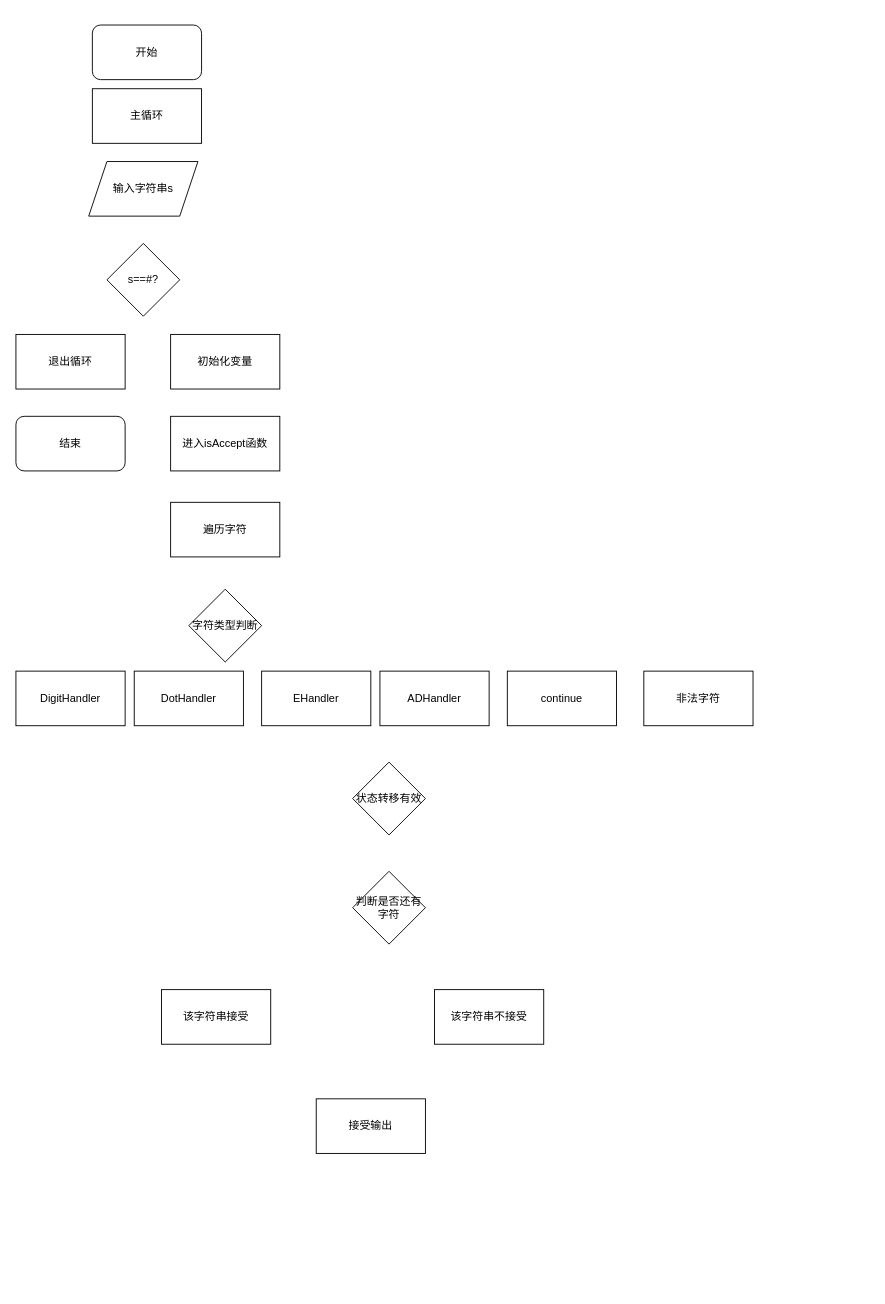
The draw.io diagram 自动机.drawio in Lyon994/test, before the edit. Source tidied: cells renumbered, new cells numbered last; positions are measured from the earlier drawing's top-left corner, leaving out a move shared by most shapes. Both pictures are drawn from the tidied source at 91%, with x=0, y=0 at pixel (15, 25).
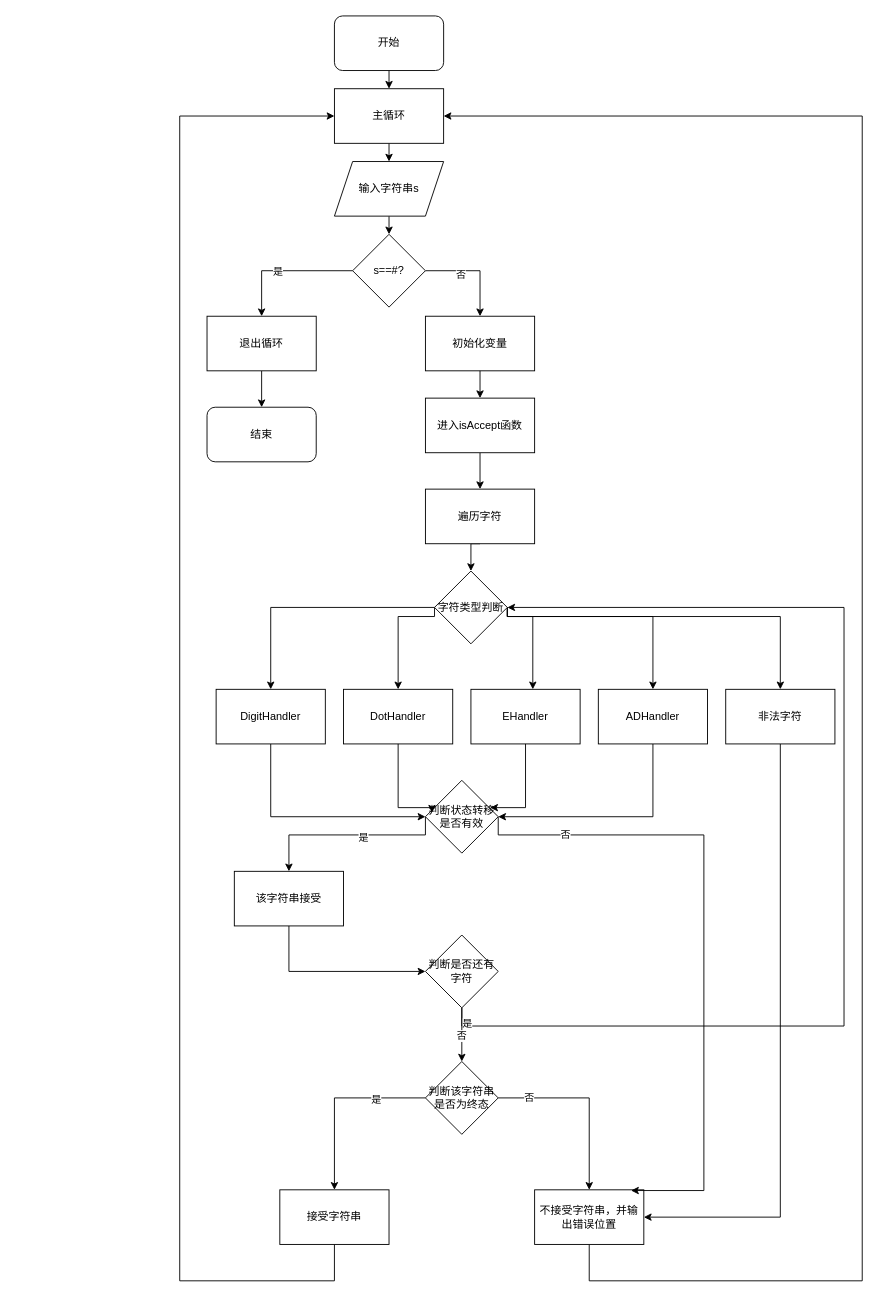
The same diagram, later.

Commit message (it also covers changes not shown here):
更新自动机.drawio

Change to the diagram source:
```diff
@@
+    <mxCell id="23" style="edgeStyle=orthogonalEdgeStyle;rounded=0;jettySize=auto;html=1;exitX=0.5;exitY=1;exitDx=0;exitDy=0;entryX=0.5;entryY=0;entryDx=0;entryDy=0;" parent="1" edge="1" source="2" target="3">
+      <mxGeometry relative="1" as="geometry" />
+    </mxCell>
     <mxCell id="2" value="开始" style="rounded=1;whiteSpace=wrap;html=1;" parent="1" vertex="1">
-      <mxGeometry x="84" width="120" height="60" as="geometry" />
+      <mxGeometry x="350" y="-10" width="120" height="60" as="geometry" />
     </mxCell>
+    <mxCell id="24" style="edgeStyle=orthogonalEdgeStyle;rounded=0;jettySize=auto;html=1;exitX=0.5;exitY=1;exitDx=0;exitDy=0;entryX=0.5;entryY=0;entryDx=0;entryDy=0;" parent="1" edge="1" source="3" target="4">
+      <mxGeometry relative="1" as="geometry" />
+    </mxCell>
     <mxCell id="3" value="主循环" style="rounded=0;whiteSpace=wrap;html=1;" parent="1" vertex="1">
-      <mxGeometry x="84" y="70" width="120" height="60" as="geometry" />
+      <mxGeometry x="350" y="70" width="120" height="60" as="geometry" />
     </mxCell>
+    <mxCell id="25" style="edgeStyle=orthogonalEdgeStyle;rounded=0;jettySize=auto;html=1;exitX=0.5;exitY=1;exitDx=0;exitDy=0;entryX=0.5;entryY=0;entryDx=0;entryDy=0;" parent="1" edge="1" source="4" target="5">
+      <mxGeometry relative="1" as="geometry" />
+    </mxCell>
     <mxCell id="4" value="输入字符串s" style="shape=parallelogram;perimeter=parallelogramPerimeter;whiteSpace=wrap;html=1;fixedSize=1;" parent="1" vertex="1">
-      <mxGeometry x="80" y="150" width="120" height="60" as="geometry" />
+      <mxGeometry x="350" y="150" width="120" height="60" as="geometry" />
     </mxCell>
+    <mxCell id="26" style="edgeStyle=orthogonalEdgeStyle;rounded=0;jettySize=auto;html=1;exitX=0;exitY=0.5;exitDx=0;exitDy=0;entryX=0.5;entryY=0;entryDx=0;entryDy=0;" parent="1" edge="1" source="5" target="7">
+      <mxGeometry relative="1" as="geometry" />
+    </mxCell>
+    <mxCell id="27" value="是" style="edgeLabel;html=1;align=center;verticalAlign=middle;" parent="26" vertex="1">
+      <mxGeometry x="0.1" relative="1" as="geometry" />
+    </mxCell>
+    <mxCell id="28" style="edgeStyle=orthogonalEdgeStyle;rounded=0;jettySize=auto;html=1;exitX=1;exitY=0.5;exitDx=0;exitDy=0;entryX=0.5;entryY=0;entryDx=0;entryDy=0;" parent="1" edge="1" source="5" target="6">
+      <mxGeometry relative="1" as="geometry" />
+    </mxCell>
+    <mxCell id="29" value="否" style="edgeLabel;html=1;align=center;verticalAlign=middle;" parent="28" vertex="1">
+      <mxGeometry x="-0.31" y="-3" relative="1" as="geometry" />
+    </mxCell>
     <mxCell id="5" value="s==#?" style="rhombus;whiteSpace=wrap;html=1;" parent="1" vertex="1">
-      <mxGeometry x="100" y="240" width="80" height="80" as="geometry" />
+      <mxGeometry x="370" y="230" width="80" height="80" as="geometry" />
     </mxCell>
     <mxCell id="6" value="初始化变量" style="rounded=0;whiteSpace=wrap;html=1;" parent="1" vertex="1">
-      <mxGeometry x="170" y="340" width="120" height="60" as="geometry" />
+      <mxGeometry x="450" y="320" width="120" height="60" as="geometry" />
     </mxCell>
+    <mxCell id="30" style="edgeStyle=orthogonalEdgeStyle;rounded=0;jettySize=auto;html=1;exitX=0.5;exitY=1;exitDx=0;exitDy=0;entryX=0.5;entryY=0;entryDx=0;entryDy=0;" parent="1" edge="1" source="7" target="8">
+      <mxGeometry relative="1" as="geometry" />
+    </mxCell>
     <mxCell id="7" value="退出循环" style="rounded=0;whiteSpace=wrap;html=1;" parent="1" vertex="1">
-      <mxGeometry y="340" width="120" height="60" as="geometry" />
+      <mxGeometry x="210" y="320" width="120" height="60" as="geometry" />
     </mxCell>
     <mxCell id="8" value="结束" style="rounded=1;whiteSpace=wrap;html=1;" parent="1" vertex="1">
-      <mxGeometry y="430" width="120" height="60" as="geometry" />
+      <mxGeometry x="210" y="420" width="120" height="60" as="geometry" />
     </mxCell>
+    <mxCell id="31" style="edgeStyle=orthogonalEdgeStyle;rounded=0;jettySize=auto;html=1;exitX=0.5;exitY=1;exitDx=0;exitDy=0;entryX=0.5;entryY=0;entryDx=0;entryDy=0;" parent="1" edge="1" source="9" target="10">
+      <mxGeometry relative="1" as="geometry" />
+    </mxCell>
     <mxCell id="9" value="进入isAccept函数" style="rounded=0;whiteSpace=wrap;html=1;" parent="1" vertex="1">
-      <mxGeometry x="170" y="430" width="120" height="60" as="geometry" />
+      <mxGeometry x="450" y="410" width="120" height="60" as="geometry" />
     </mxCell>
+    <mxCell id="32" style="edgeStyle=orthogonalEdgeStyle;rounded=0;jettySize=auto;html=1;exitX=0.5;exitY=1;exitDx=0;exitDy=0;entryX=0.5;entryY=0;entryDx=0;entryDy=0;" parent="1" edge="1" source="10" target="11">
+      <mxGeometry relative="1" as="geometry" />
+    </mxCell>
     <mxCell id="10" value="遍历字符" style="rounded=0;whiteSpace=wrap;html=1;" parent="1" vertex="1">
-      <mxGeometry x="170" y="524.5" width="120" height="60" as="geometry" />
+      <mxGeometry x="450" y="510" width="120" height="60" as="geometry" />
     </mxCell>
+    <mxCell id="33" style="edgeStyle=orthogonalEdgeStyle;rounded=0;jettySize=auto;html=1;exitX=0;exitY=0.5;exitDx=0;exitDy=0;entryX=0.5;entryY=0;entryDx=0;entryDy=0;" parent="1" edge="1" source="11" target="12">
+      <mxGeometry relative="1" as="geometry" />
+    </mxCell>
+    <mxCell id="34" style="edgeStyle=orthogonalEdgeStyle;rounded=0;jettySize=auto;html=1;exitX=0;exitY=0.5;exitDx=0;exitDy=0;entryX=0.5;entryY=0;entryDx=0;entryDy=0;" parent="1" edge="1" source="11" target="13">
+      <mxGeometry relative="1" as="geometry">
+        <Array as="points">
+          <mxPoint x="460" y="650" />
+          <mxPoint x="420" y="650" />
+        </Array>
+      </mxGeometry>
+    </mxCell>
+    <mxCell id="35" style="edgeStyle=orthogonalEdgeStyle;rounded=0;jettySize=auto;html=1;exitX=1;exitY=0.5;exitDx=0;exitDy=0;entryX=0.5;entryY=0;entryDx=0;entryDy=0;" parent="1" edge="1" source="11" target="15">
+      <mxGeometry relative="1" as="geometry">
+        <Array as="points">
+          <mxPoint x="540" y="650" />
+          <mxPoint x="700" y="650" />
+        </Array>
+      </mxGeometry>
+    </mxCell>
+    <mxCell id="36" style="edgeStyle=orthogonalEdgeStyle;rounded=0;jettySize=auto;html=1;exitX=1;exitY=0.5;exitDx=0;exitDy=0;entryX=0.5;entryY=0;entryDx=0;entryDy=0;" parent="1" edge="1" source="11" target="17">
+      <mxGeometry relative="1" as="geometry">
+        <Array as="points">
+          <mxPoint x="540" y="650" />
+          <mxPoint x="840" y="650" />
+        </Array>
+      </mxGeometry>
+    </mxCell>
     <mxCell id="11" value="字符类型判断" style="rhombus;whiteSpace=wrap;html=1;" parent="1" vertex="1">
-      <mxGeometry x="190" y="620" width="80" height="80" as="geometry" />
+      <mxGeometry x="460" y="600" width="80" height="80" as="geometry" />
     </mxCell>
+    <mxCell id="37" style="edgeStyle=orthogonalEdgeStyle;rounded=0;jettySize=auto;html=1;exitX=0.5;exitY=1;exitDx=0;exitDy=0;entryX=0;entryY=0.5;entryDx=0;entryDy=0;" parent="1" edge="1" source="12" target="18">
+      <mxGeometry relative="1" as="geometry" />
+    </mxCell>
     <mxCell id="12" value="DigitHandler" style="rounded=0;whiteSpace=wrap;html=1;" parent="1" vertex="1">
-      <mxGeometry y="710" width="120" height="60" as="geometry" />
+      <mxGeometry x="220" y="730" width="120" height="60" as="geometry" />
     </mxCell>
     <mxCell id="13" value="DotHandler" style="rounded=0;whiteSpace=wrap;html=1;" parent="1" vertex="1">
-      <mxGeometry x="130" y="710" width="120" height="60" as="geometry" />
+      <mxGeometry x="360" y="730" width="120" height="60" as="geometry" />
     </mxCell>
     <mxCell id="14" value="EHandler" style="rounded=0;whiteSpace=wrap;html=1;" parent="1" vertex="1">
-      <mxGeometry x="270" y="710" width="120" height="60" as="geometry" />
+      <mxGeometry x="500" y="730" width="120" height="60" as="geometry" />
     </mxCell>
+    <mxCell id="38" style="edgeStyle=orthogonalEdgeStyle;rounded=0;jettySize=auto;html=1;exitX=0.5;exitY=1;exitDx=0;exitDy=0;entryX=1;entryY=0.5;entryDx=0;entryDy=0;" parent="1" edge="1" source="15" target="18">
+      <mxGeometry relative="1" as="geometry" />
+    </mxCell>
     <mxCell id="15" value="ADHandler" style="rounded=0;whiteSpace=wrap;html=1;" parent="1" vertex="1">
-      <mxGeometry x="400" y="710" width="120" height="60" as="geometry" />
+      <mxGeometry x="640" y="730" width="120" height="60" as="geometry" />
     </mxCell>
-    <mxCell id="16" value="continue" style="rounded=0;whiteSpace=wrap;html=1;" parent="1" vertex="1">
-      <mxGeometry x="540" y="710" width="120" height="60" as="geometry" />
-    </mxCell>
+    <mxCell id="39" style="edgeStyle=orthogonalEdgeStyle;rounded=0;jettySize=auto;html=1;exitX=0;exitY=0.5;exitDx=0;exitDy=0;entryX=0.5;entryY=0;entryDx=0;entryDy=0;" parent="1" edge="1" source="18" target="20">
+      <mxGeometry relative="1" as="geometry">
+        <Array as="points">
+          <mxPoint x="450" y="890" />
+          <mxPoint x="300" y="890" />
+        </Array>
+      </mxGeometry>
+    </mxCell>
+    <mxCell id="40" value="是" style="edgeLabel;html=1;align=center;verticalAlign=middle;" parent="39" vertex="1">
+      <mxGeometry x="-0.15" y="2" relative="1" as="geometry" />
+    </mxCell>
+    <mxCell id="18" value="判断状态转移是否有效" style="rhombus;whiteSpace=wrap;html=1;" parent="1" vertex="1">
+      <mxGeometry x="450" y="830" width="80" height="80" as="geometry" />
+    </mxCell>
+    <mxCell id="41" style="edgeStyle=orthogonalEdgeStyle;rounded=0;jettySize=auto;html=1;exitX=0.5;exitY=1;exitDx=0;exitDy=0;" parent="1" edge="1" source="19" target="11">
+      <mxGeometry relative="1" as="geometry">
+        <Array as="points">
+          <mxPoint x="490" y="1100" />
+          <mxPoint x="910" y="1100" />
+          <mxPoint x="910" y="640" />
+        </Array>
+      </mxGeometry>
+    </mxCell>
+    <mxCell id="42" value="是" style="edgeLabel;html=1;align=center;verticalAlign=middle;" parent="41" vertex="1">
+      <mxGeometry x="-0.98" y="4" relative="1" as="geometry">
+        <mxPoint x="1" y="4" as="offset" />
+      </mxGeometry>
+    </mxCell>
+    <mxCell id="43" style="edgeStyle=orthogonalEdgeStyle;rounded=0;jettySize=auto;html=1;exitX=0.5;exitY=1;exitDx=0;exitDy=0;entryX=0.5;entryY=0;entryDx=0;entryDy=0;" parent="1" edge="1" source="19" target="55">
+      <mxGeometry relative="1" as="geometry" />
+    </mxCell>
+    <mxCell id="44" value="否" style="edgeLabel;html=1;align=center;verticalAlign=middle;" parent="43" vertex="1">
+      <mxGeometry x="0.01" y="-1" relative="1" as="geometry" />
+    </mxCell>
+    <mxCell id="19" value="判断是否还有字符" style="rhombus;whiteSpace=wrap;html=1;" parent="1" vertex="1">
+      <mxGeometry x="450" y="1000" width="80" height="80" as="geometry" />
+    </mxCell>
+    <mxCell id="45" style="edgeStyle=orthogonalEdgeStyle;rounded=0;jettySize=auto;html=1;exitX=0.5;exitY=1;exitDx=0;exitDy=0;entryX=0;entryY=0.5;entryDx=0;entryDy=0;" parent="1" edge="1" source="20" target="19">
+      <mxGeometry relative="1" as="geometry" />
+    </mxCell>
+    <mxCell id="20" value="该字符串接受" style="rounded=0;whiteSpace=wrap;html=1;" parent="1" vertex="1">
+      <mxGeometry x="240" y="930" width="120" height="60" as="geometry" />
+    </mxCell>
+    <mxCell id="46" style="edgeStyle=orthogonalEdgeStyle;rounded=0;jettySize=auto;html=1;exitX=0.5;exitY=1;exitDx=0;exitDy=0;entryX=0;entryY=0.5;entryDx=0;entryDy=0;" parent="1" edge="1" source="22" target="3">
+      <mxGeometry relative="1" as="geometry">
+        <Array as="points">
+          <mxPoint x="350" y="1380" />
+          <mxPoint x="180" y="1380" />
+          <mxPoint x="180" y="100" />
+        </Array>
+      </mxGeometry>
+    </mxCell>
+    <mxCell id="22" value="接受字符串" style="rounded=0;whiteSpace=wrap;html=1;" parent="1" vertex="1">
+      <mxGeometry x="290" y="1280" width="120" height="60" as="geometry" />
+    </mxCell>
+    <mxCell id="47" style="endArrow=classic;html=1;rounded=0;exitX=0.5;exitY=1;exitDx=0;exitDy=0;" parent="1" edge="1" source="6" target="9">
+      <mxGeometry relative="1" as="geometry" />
+    </mxCell>
+    <mxCell id="48" style="edgeStyle=orthogonalEdgeStyle;rounded=0;jettySize=auto;html=1;exitX=1;exitY=0.5;exitDx=0;exitDy=0;" parent="1" edge="1" source="11">
+      <mxGeometry relative="1" as="geometry">
+        <mxPoint x="568" y="730" as="targetPoint" />
+        <Array as="points">
+          <mxPoint x="540" y="650" />
+          <mxPoint x="568" y="650" />
+        </Array>
+      </mxGeometry>
+    </mxCell>
+    <mxCell id="49" style="edgeStyle=orthogonalEdgeStyle;rounded=0;jettySize=auto;html=1;exitX=0.5;exitY=1;exitDx=0;exitDy=0;entryX=1;entryY=0.5;entryDx=0;entryDy=0;" parent="1" edge="1" source="50" target="3">
+      <mxGeometry relative="1" as="geometry">
+        <Array as="points">
+          <mxPoint x="630" y="1380" />
+          <mxPoint x="930" y="1380" />
+          <mxPoint x="930" y="100" />
+        </Array>
+      </mxGeometry>
+    </mxCell>
+    <mxCell id="50" value="不接受字符串，并输出错误位置" style="rounded=0;whiteSpace=wrap;html=1;" parent="1" vertex="1">
+      <mxGeometry x="570" y="1280" width="120" height="60" as="geometry" />
+    </mxCell>
+    <mxCell id="51" style="edgeStyle=orthogonalEdgeStyle;rounded=0;jettySize=auto;html=1;exitX=0;exitY=0.5;exitDx=0;exitDy=0;entryX=0.5;entryY=0;entryDx=0;entryDy=0;" parent="1" edge="1" source="55" target="22">
+      <mxGeometry relative="1" as="geometry" />
+    </mxCell>
+    <mxCell id="52" value="是" style="edgeLabel;html=1;align=center;verticalAlign=middle;" parent="51" vertex="1">
+      <mxGeometry x="-0.45" y="1" relative="1" as="geometry" />
+    </mxCell>
+    <mxCell id="53" style="edgeStyle=orthogonalEdgeStyle;rounded=0;jettySize=auto;html=1;exitX=1;exitY=0.5;exitDx=0;exitDy=0;" parent="1" edge="1" source="55" target="50">
+      <mxGeometry relative="1" as="geometry" />
+    </mxCell>
+    <mxCell id="54" value="否" style="edgeLabel;html=1;align=center;verticalAlign=middle;" parent="53" vertex="1">
+      <mxGeometry x="-0.67" y="1" relative="1" as="geometry" />
+    </mxCell>
+    <mxCell id="55" value="判断该字符串是否为终态" style="rhombus;whiteSpace=wrap;html=1;" parent="1" vertex="1">
+      <mxGeometry x="450" y="1139" width="80" height="80" as="geometry" />
+    </mxCell>
+    <mxCell id="56" style="edgeStyle=orthogonalEdgeStyle;rounded=0;jettySize=auto;html=1;exitX=0.5;exitY=1;exitDx=0;exitDy=0;entryX=0.09;entryY=0.445;entryDx=0;entryDy=0;entryPerimeter=0;" parent="1" edge="1" source="13" target="18">
+      <mxGeometry relative="1" as="geometry">
+        <Array as="points">
+          <mxPoint x="420" y="860" />
+          <mxPoint x="457" y="860" />
+        </Array>
+      </mxGeometry>
+    </mxCell>
+    <mxCell id="57" style="edgeStyle=orthogonalEdgeStyle;rounded=0;jettySize=auto;html=1;exitX=0.5;exitY=1;exitDx=0;exitDy=0;entryX=0.89;entryY=0.375;entryDx=0;entryDy=0;entryPerimeter=0;" parent="1" edge="1" source="14" target="18">
+      <mxGeometry relative="1" as="geometry">
+        <Array as="points">
+          <mxPoint x="560" y="860" />
+        </Array>
+      </mxGeometry>
+    </mxCell>
+    <mxCell id="58" style="edgeStyle=orthogonalEdgeStyle;rounded=0;jettySize=auto;html=1;exitX=0.5;exitY=1;exitDx=0;exitDy=0;entryX=1;entryY=0.5;entryDx=0;entryDy=0;" parent="1" edge="1" source="17" target="50">
+      <mxGeometry relative="1" as="geometry" />
+    </mxCell>
     <mxCell id="17" value="非法字符" style="rounded=0;whiteSpace=wrap;html=1;" parent="1" vertex="1">
-      <mxGeometry x="690" y="710" width="120" height="60" as="geometry" />
+      <mxGeometry x="780" y="730" width="120" height="60" as="geometry" />
     </mxCell>
-    <mxCell id="18" value="状态转移有效" style="rhombus;whiteSpace=wrap;html=1;" parent="1" vertex="1">
-      <mxGeometry x="370" y="810" width="80" height="80" as="geometry" />
-    </mxCell>
-    <mxCell id="19" value="判断是否还有字符" style="rhombus;whiteSpace=wrap;html=1;" parent="1" vertex="1">
-      <mxGeometry x="370" y="930" width="80" height="80" as="geometry" />
-    </mxCell>
-    <mxCell id="20" value="该字符串接受" style="rounded=0;whiteSpace=wrap;html=1;" parent="1" vertex="1">
-      <mxGeometry x="160" y="1060" width="120" height="60" as="geometry" />
-    </mxCell>
-    <mxCell id="21" value="该字符串不接受" style="rounded=0;whiteSpace=wrap;html=1;" parent="1" vertex="1">
-      <mxGeometry x="460" y="1060" width="120" height="60" as="geometry" />
-    </mxCell>
-    <mxCell id="22" value="接受输出" style="rounded=0;whiteSpace=wrap;html=1;" parent="1" vertex="1">
-      <mxGeometry x="330" y="1180" width="120" height="60" as="geometry" />
-    </mxCell>
+    <mxCell id="59" style="edgeStyle=orthogonalEdgeStyle;rounded=0;jettySize=auto;html=1;exitX=1;exitY=0.5;exitDx=0;exitDy=0;entryX=0.883;entryY=0.013;entryDx=0;entryDy=0;entryPerimeter=0;" parent="1" edge="1" source="18" target="50">
+      <mxGeometry relative="1" as="geometry">
+        <Array as="points">
+          <mxPoint x="530" y="890" />
+          <mxPoint x="756" y="890" />
+        </Array>
+      </mxGeometry>
+    </mxCell>
+    <mxCell id="60" value="否" style="edgeLabel;html=1;align=center;verticalAlign=middle;" parent="59" vertex="1">
+      <mxGeometry x="-0.74" y="1" relative="1" as="geometry" />
+    </mxCell>
```
